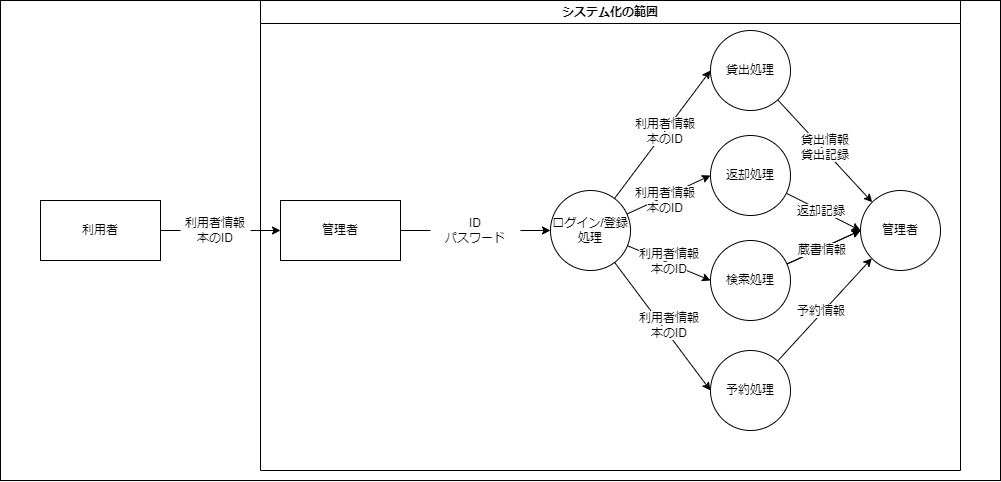
Before: documents/diagrams/DFD_レベル0.drawio.png, a diagram exported from draw.io (OMEGA-himajin/book_database). Source tidied: cells renumbered, new cells last; positions are measured from the earlier drawing's top-left corner, leaving out a move shared by most shapes.
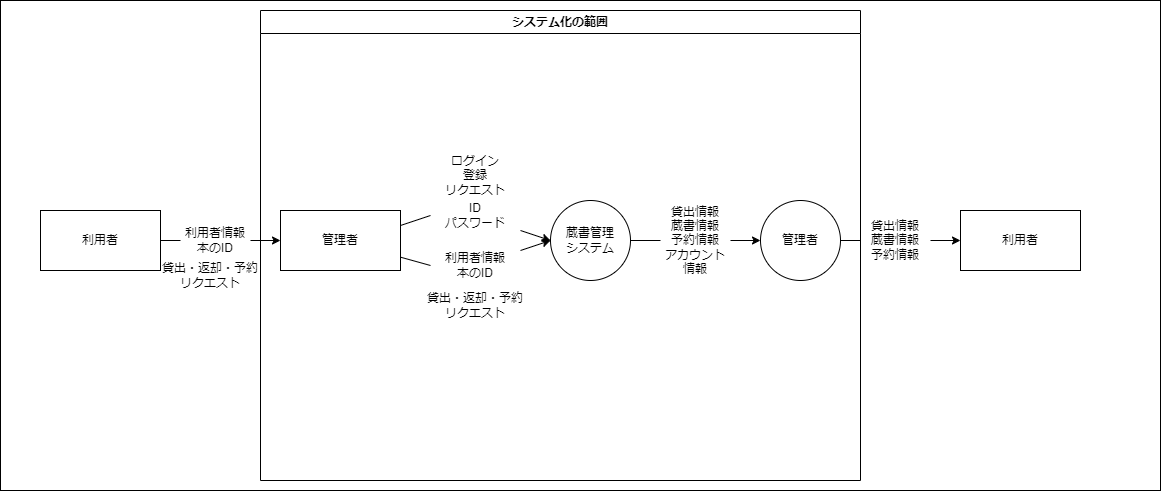
After the commit.

Commit message:
doc: changed DFD_level0 and DFD_level1

What changed in the source:
```diff
@@ -2,65 +2,46 @@
   <root>
     <mxCell id="0" />
     <mxCell id="1" parent="0" />
+    <mxCell id="33" style="rounded=0;whiteSpace=wrap;html=1;strokeColor=#000000;fillColor=none;" parent="1" vertex="1">
+      <mxGeometry y="-10" width="1160" height="490" as="geometry" />
+    </mxCell>
     <mxCell id="2" style="edgeStyle=none;html=1;entryX=0;entryY=0.5;entryDx=0;entryDy=0;fontColor=#000000;strokeColor=#000000;startArrow=none;" parent="1" edge="1" source="23" target="5">
       <mxGeometry relative="1" as="geometry" />
     </mxCell>
     <mxCell id="3" value="&lt;font color=&quot;#000000&quot;&gt;利用者&lt;/font&gt;" style="rounded=0;whiteSpace=wrap;html=1;fillColor=none;strokeColor=#000000;" parent="1" vertex="1">
       <mxGeometry x="40" y="200" width="120" height="60" as="geometry" />
     </mxCell>
-    <mxCell id="4" style="edgeStyle=none;html=1;entryX=0;entryY=0.5;entryDx=0;entryDy=0;labelBackgroundColor=none;strokeColor=#000000;fontColor=#000000;startArrow=none;" parent="1" edge="1" source="21" target="19">
-      <mxGeometry relative="1" as="geometry" />
+    <mxCell id="4" style="edgeStyle=none;html=1;entryX=0;entryY=0.5;entryDx=0;entryDy=0;labelBackgroundColor=none;strokeColor=#000000;fontColor=#000000;startArrow=none;" parent="1" edge="1" source="21">
+      <mxGeometry relative="1" as="geometry">
+        <mxPoint x="550" y="230" as="targetPoint" />
+      </mxGeometry>
     </mxCell>
+    <mxCell id="35" style="edgeStyle=none;html=1;entryX=0;entryY=0.5;entryDx=0;entryDy=0;strokeColor=#000000;startArrow=none;" parent="1" edge="1" source="43" target="39">
+      <mxGeometry relative="1" as="geometry" />
+    </mxCell>
     <mxCell id="5" value="&lt;font color=&quot;#000000&quot;&gt;管理者&lt;/font&gt;" style="rounded=0;whiteSpace=wrap;html=1;fillColor=none;strokeColor=#000000;" parent="1" vertex="1">
       <mxGeometry x="280" y="200" width="120" height="60" as="geometry" />
     </mxCell>
-    <mxCell id="6" style="edgeStyle=none;html=1;entryX=0;entryY=0;entryDx=0;entryDy=0;labelBackgroundColor=none;strokeColor=#000000;fontColor=#000000;" parent="1" edge="1" source="7" target="28">
-      <mxGeometry relative="1" as="geometry" />
-    </mxCell>
-    <mxCell id="7" value="貸出処理" style="ellipse;whiteSpace=wrap;html=1;labelBackgroundColor=none;fontColor=#000000;fillColor=#FFFFFF;strokeColor=#000000;" parent="1" vertex="1">
-      <mxGeometry x="710" y="30" width="80" height="80" as="geometry" />
-    </mxCell>
-    <mxCell id="8" style="edgeStyle=none;html=1;labelBackgroundColor=none;strokeColor=#000000;fontColor=#000000;entryX=0;entryY=0.5;entryDx=0;entryDy=0;" parent="1" edge="1" source="9" target="28">
-      <mxGeometry relative="1" as="geometry" />
-    </mxCell>
-    <mxCell id="9" value="返却処理" style="ellipse;whiteSpace=wrap;html=1;labelBackgroundColor=none;fontColor=#000000;fillColor=#FFFFFF;strokeColor=#000000;" parent="1" vertex="1">
-      <mxGeometry x="710" y="135" width="80" height="80" as="geometry" />
-    </mxCell>
-    <mxCell id="10" style="edgeStyle=none;html=1;entryX=0;entryY=0.5;entryDx=0;entryDy=0;labelBackgroundColor=none;strokeColor=#000000;fontColor=#000000;" parent="1" edge="1" source="12" target="28">
-      <mxGeometry relative="1" as="geometry" />
-    </mxCell>
-    <mxCell id="11" style="edgeStyle=none;html=1;labelBackgroundColor=none;strokeColor=#000000;fontColor=#000000;entryX=0;entryY=0.5;entryDx=0;entryDy=0;" parent="1" edge="1" source="12" target="28">
-      <mxGeometry relative="1" as="geometry" />
-    </mxCell>
-    <mxCell id="12" value="検索処理" style="ellipse;whiteSpace=wrap;html=1;labelBackgroundColor=none;fontColor=#000000;fillColor=#FFFFFF;strokeColor=#000000;" parent="1" vertex="1">
-      <mxGeometry x="710" y="240" width="80" height="80" as="geometry" />
-    </mxCell>
-    <mxCell id="13" style="edgeStyle=none;html=1;entryX=0;entryY=1;entryDx=0;entryDy=0;labelBackgroundColor=none;strokeColor=#000000;fontColor=#000000;" parent="1" edge="1" source="14" target="28">
-      <mxGeometry relative="1" as="geometry" />
-    </mxCell>
-    <mxCell id="14" value="予約処理" style="ellipse;whiteSpace=wrap;html=1;labelBackgroundColor=none;fontColor=#000000;fillColor=#FFFFFF;strokeColor=#000000;" parent="1" vertex="1">
-      <mxGeometry x="710" y="350" width="80" height="80" as="geometry" />
-    </mxCell>
-    <mxCell id="15" style="edgeStyle=none;html=1;entryX=0;entryY=0.5;entryDx=0;entryDy=0;labelBackgroundColor=none;strokeColor=#000000;fontColor=#000000;" parent="1" edge="1" source="19" target="7">
-      <mxGeometry relative="1" as="geometry" />
+    <mxCell id="15" style="edgeStyle=none;html=1;entryX=0;entryY=0.5;entryDx=0;entryDy=0;labelBackgroundColor=none;strokeColor=#000000;fontColor=#000000;" parent="1" edge="1" target="x">
+      <mxGeometry relative="1" as="geometry">
+        <mxPoint x="614" y="198" as="sourcePoint" />
+      </mxGeometry>
     </mxCell>
-    <mxCell id="16" style="edgeStyle=none;html=1;entryX=0;entryY=0.5;entryDx=0;entryDy=0;labelBackgroundColor=none;strokeColor=#000000;fontColor=#000000;" parent="1" edge="1" source="19" target="9">
-      <mxGeometry relative="1" as="geometry" />
-    </mxCell>
-    <mxCell id="17" style="edgeStyle=none;html=1;entryX=0;entryY=0.5;entryDx=0;entryDy=0;labelBackgroundColor=none;strokeColor=#000000;fontColor=#000000;" parent="1" edge="1" source="19" target="12">
-      <mxGeometry relative="1" as="geometry" />
+    <mxCell id="17" style="edgeStyle=none;html=1;entryX=0;entryY=0.5;entryDx=0;entryDy=0;labelBackgroundColor=none;strokeColor=#000000;fontColor=#000000;" parent="1" edge="1" target="x">
+      <mxGeometry relative="1" as="geometry">
+        <mxPoint x="626.9" y="245.4" as="sourcePoint" />
+      </mxGeometry>
     </mxCell>
-    <mxCell id="18" style="edgeStyle=none;html=1;entryX=0;entryY=0.5;entryDx=0;entryDy=0;labelBackgroundColor=none;strokeColor=#000000;fontColor=#000000;" parent="1" edge="1" source="19" target="14">
-      <mxGeometry relative="1" as="geometry" />
+    <mxCell id="18" style="edgeStyle=none;html=1;entryX=0;entryY=0.5;entryDx=0;entryDy=0;labelBackgroundColor=none;strokeColor=#000000;fontColor=#000000;" parent="1" edge="1" target="x">
+      <mxGeometry relative="1" as="geometry">
+        <mxPoint x="614" y="262" as="sourcePoint" />
+      </mxGeometry>
     </mxCell>
-    <mxCell id="19" value="ログイン/登録&lt;br&gt;処理" style="ellipse;whiteSpace=wrap;html=1;labelBackgroundColor=none;fontColor=#000000;fillColor=#FFFFFF;strokeColor=#000000;" parent="1" vertex="1">
-      <mxGeometry x="550" y="190" width="80" height="80" as="geometry" />
-    </mxCell>
-    <mxCell id="20" style="edgeStyle=none;html=1;entryX=0;entryY=0.5;entryDx=0;entryDy=0;labelBackgroundColor=none;strokeColor=#000000;fontColor=#000000;endArrow=none;" parent="1" edge="1" source="5" target="21">
+    <mxCell id="20" style="edgeStyle=none;html=1;entryX=0;entryY=0.5;entryDx=0;entryDy=0;labelBackgroundColor=none;strokeColor=#000000;fontColor=#000000;endArrow=none;exitX=1;exitY=0.25;exitDx=0;exitDy=0;" parent="1" edge="1" source="5" target="21">
       <mxGeometry relative="1" as="geometry" />
     </mxCell>
     <mxCell id="21" value="ID&lt;br&gt;パスワード" style="text;html=1;strokeColor=none;fillColor=none;align=center;verticalAlign=middle;whiteSpace=wrap;rounded=0;labelBackgroundColor=none;fontColor=#000000;" parent="1" vertex="1">
-      <mxGeometry x="430" y="215" width="90" height="30" as="geometry" />
+      <mxGeometry x="430" y="190" width="90" height="30" as="geometry" />
     </mxCell>
     <mxCell id="22" style="edgeStyle=none;html=1;entryX=0;entryY=0.5;entryDx=0;entryDy=0;fontColor=#000000;strokeColor=#000000;endArrow=none;" parent="1" edge="1" source="3" target="23">
       <mxGeometry relative="1" as="geometry" />
@@ -68,38 +49,50 @@
     <mxCell id="23" value="&lt;font color=&quot;#000000&quot;&gt;利用者情報&lt;br&gt;本のID&lt;br&gt;&lt;/font&gt;" style="text;html=1;strokeColor=none;fillColor=none;align=center;verticalAlign=middle;whiteSpace=wrap;rounded=0;labelBackgroundColor=none;fontColor=#FFFFFF;" parent="1" vertex="1">
       <mxGeometry x="180" y="215" width="70" height="30" as="geometry" />
     </mxCell>
-    <mxCell id="24" value="&lt;font color=&quot;#000000&quot;&gt;&lt;span style=&quot;background-color: rgb(255, 255, 255);&quot;&gt;利用者情報&lt;br&gt;本のID&lt;/span&gt;&lt;br&gt;&lt;/font&gt;" style="text;html=1;strokeColor=none;fillColor=none;align=center;verticalAlign=middle;whiteSpace=wrap;rounded=0;labelBackgroundColor=none;fontColor=#FFFFFF;" parent="1" vertex="1">
-      <mxGeometry x="630" y="185" width="70" height="30" as="geometry" />
-    </mxCell>
-    <mxCell id="25" value="&lt;font color=&quot;#000000&quot;&gt;&lt;span style=&quot;background-color: rgb(255, 255, 255);&quot;&gt;利用者情報&lt;br&gt;本のID&lt;/span&gt;&lt;br&gt;&lt;/font&gt;" style="text;html=1;strokeColor=none;fillColor=none;align=center;verticalAlign=middle;whiteSpace=wrap;rounded=0;labelBackgroundColor=none;fontColor=#FFFFFF;" parent="1" vertex="1">
-      <mxGeometry x="630" y="116" width="70" height="30" as="geometry" />
-    </mxCell>
-    <mxCell id="26" value="&lt;font color=&quot;#000000&quot;&gt;&lt;span style=&quot;background-color: rgb(255, 255, 255);&quot;&gt;利用者情報&lt;br&gt;本のID&lt;/span&gt;&lt;br&gt;&lt;/font&gt;" style="text;html=1;strokeColor=none;fillColor=none;align=center;verticalAlign=middle;whiteSpace=wrap;rounded=0;labelBackgroundColor=none;fontColor=#FFFFFF;" parent="1" vertex="1">
-      <mxGeometry x="634" y="246" width="70" height="30" as="geometry" />
-    </mxCell>
-    <mxCell id="27" value="&lt;font color=&quot;#000000&quot;&gt;&lt;span style=&quot;background-color: rgb(255, 255, 255);&quot;&gt;利用者情報&lt;br&gt;本のID&lt;/span&gt;&lt;br&gt;&lt;/font&gt;" style="text;html=1;strokeColor=none;fillColor=none;align=center;verticalAlign=middle;whiteSpace=wrap;rounded=0;labelBackgroundColor=none;fontColor=#FFFFFF;" parent="1" vertex="1">
-      <mxGeometry x="634" y="310" width="70" height="30" as="geometry" />
-    </mxCell>
+    <mxCell id="36" style="edgeStyle=none;html=1;strokeColor=#000000;startArrow=none;" parent="1" edge="1" source="47" target="45">
+      <mxGeometry relative="1" as="geometry" />
+    </mxCell>
     <mxCell id="28" value="管理者" style="ellipse;whiteSpace=wrap;html=1;labelBackgroundColor=none;fontColor=#000000;fillColor=#FFFFFF;strokeColor=#000000;" parent="1" vertex="1">
-      <mxGeometry x="860" y="190" width="80" height="80" as="geometry" />
+      <mxGeometry x="760" y="190" width="80" height="80" as="geometry" />
     </mxCell>
+    <mxCell id="34" value="&lt;font color=&quot;#000000&quot;&gt;システム化の範囲&lt;/font&gt;" style="swimlane;whiteSpace=wrap;html=1;strokeColor=#000000;fillColor=none;" parent="1" vertex="1">
+      <mxGeometry x="260" width="600" height="470" as="geometry" />
+    </mxCell>
-    <mxCell id="29" value="&lt;font color=&quot;#000000&quot;&gt;&lt;span style=&quot;background-color: rgb(255, 255, 255);&quot;&gt;貸出情報&lt;br&gt;貸出記録&lt;/span&gt;&lt;br&gt;&lt;/font&gt;" style="text;html=1;strokeColor=none;fillColor=none;align=center;verticalAlign=middle;whiteSpace=wrap;rounded=0;labelBackgroundColor=none;fontColor=#FFFFFF;" parent="1" vertex="1">
-      <mxGeometry x="790" y="132" width="70" height="30" as="geometry" />
+    <mxCell id="29" value="&lt;font color=&quot;#000000&quot;&gt;&lt;span style=&quot;background-color: rgb(255, 255, 255);&quot;&gt;貸出情報&lt;br&gt;蔵書情報&lt;br&gt;予約情報&lt;br&gt;&lt;/span&gt;アカウント情報&lt;br&gt;&lt;/font&gt;" style="text;html=1;strokeColor=none;fillColor=none;align=center;verticalAlign=middle;whiteSpace=wrap;rounded=0;labelBackgroundColor=none;fontColor=#FFFFFF;" parent="34" vertex="1">
+      <mxGeometry x="400" y="215" width="70" height="30" as="geometry" />
     </mxCell>
-    <mxCell id="30" value="&lt;font color=&quot;#000000&quot;&gt;&lt;span style=&quot;background-color: rgb(255, 255, 255);&quot;&gt;返却記録&lt;/span&gt;&lt;br&gt;&lt;/font&gt;" style="text;html=1;strokeColor=none;fillColor=none;align=center;verticalAlign=middle;whiteSpace=wrap;rounded=0;labelBackgroundColor=none;fontColor=#FFFFFF;" parent="1" vertex="1">
-      <mxGeometry x="786" y="196" width="70" height="30" as="geometry" />
-    </mxCell>
-    <mxCell id="31" value="&lt;font style=&quot;background-color: rgb(255, 255, 255);&quot; color=&quot;#000000&quot;&gt;予約情報&lt;/font&gt;" style="text;html=1;strokeColor=none;fillColor=none;align=center;verticalAlign=middle;whiteSpace=wrap;rounded=0;labelBackgroundColor=none;fontColor=#FFFFFF;" parent="1" vertex="1">
-      <mxGeometry x="786" y="296" width="70" height="30" as="geometry" />
-    </mxCell>
-    <mxCell id="32" value="&lt;font style=&quot;background-color: rgb(255, 255, 255);&quot; color=&quot;#000000&quot;&gt;蔵書情報&lt;/font&gt;" style="text;html=1;strokeColor=none;fillColor=none;align=center;verticalAlign=middle;whiteSpace=wrap;rounded=0;labelBackgroundColor=none;fontColor=#FFFFFF;" parent="1" vertex="1">
-      <mxGeometry x="787" y="235" width="70" height="30" as="geometry" />
-    </mxCell>
-    <mxCell id="33" style="rounded=0;whiteSpace=wrap;html=1;strokeColor=#000000;fillColor=none;" parent="1" vertex="1">
-      <mxGeometry width="1000" height="480" as="geometry" />
-    </mxCell>
-    <mxCell id="34" value="&lt;font color=&quot;#000000&quot;&gt;システム化の範囲&lt;/font&gt;" style="swimlane;whiteSpace=wrap;html=1;strokeColor=#000000;fillColor=none;" parent="1" vertex="1">
-      <mxGeometry x="260" width="700" height="470" as="geometry" />
-    </mxCell>
+    <mxCell id="37" value="&lt;font color=&quot;#000000&quot;&gt;ログイン&lt;br&gt;登録&lt;br&gt;リクエスト&lt;br&gt;&lt;/font&gt;" style="text;html=1;strokeColor=none;fillColor=none;align=center;verticalAlign=middle;whiteSpace=wrap;rounded=0;labelBackgroundColor=none;fontColor=#FFFFFF;" parent="34" vertex="1">
+      <mxGeometry x="180" y="150" width="70" height="30" as="geometry" />
+    </mxCell>
+    <mxCell id="38" style="edgeStyle=none;html=1;entryX=0;entryY=0.5;entryDx=0;entryDy=0;strokeColor=#000000;startArrow=none;" parent="1" edge="1" source="29" target="28">
+      <mxGeometry relative="1" as="geometry" />
+    </mxCell>
+    <mxCell id="39" value="蔵書管理&lt;br&gt;システム" style="ellipse;whiteSpace=wrap;html=1;labelBackgroundColor=none;fontColor=#000000;fillColor=none;strokeColor=#000000;" parent="1" vertex="1">
+      <mxGeometry x="550" y="190" width="80" height="80" as="geometry" />
+    </mxCell>
+    <mxCell id="40" style="edgeStyle=none;html=1;entryX=0;entryY=0.5;entryDx=0;entryDy=0;strokeColor=#000000;endArrow=none;" parent="1" edge="1" source="39" target="29">
+      <mxGeometry relative="1" as="geometry" />
+    </mxCell>
+    <mxCell id="41" value="&lt;font color=&quot;#000000&quot;&gt;貸出・返却・予約&lt;br&gt;リクエスト&lt;br&gt;&lt;/font&gt;" style="text;html=1;strokeColor=none;fillColor=none;align=center;verticalAlign=middle;whiteSpace=wrap;rounded=0;labelBackgroundColor=none;fontColor=#FFFFFF;" parent="1" vertex="1">
+      <mxGeometry x="160" y="250" width="100" height="30" as="geometry" />
+    </mxCell>
+    <mxCell id="42" style="edgeStyle=none;html=1;entryX=0;entryY=0.5;entryDx=0;entryDy=0;strokeColor=#000000;endArrow=none;" parent="1" edge="1" source="5" target="43">
+      <mxGeometry relative="1" as="geometry" />
+    </mxCell>
+    <mxCell id="43" value="&lt;font color=&quot;#000000&quot;&gt;利用者情報&lt;br&gt;本のID&lt;br&gt;&lt;/font&gt;" style="text;html=1;strokeColor=none;fillColor=none;align=center;verticalAlign=middle;whiteSpace=wrap;rounded=0;labelBackgroundColor=none;fontColor=#FFFFFF;" parent="1" vertex="1">
+      <mxGeometry x="430" y="240" width="90" height="30" as="geometry" />
+    </mxCell>
+    <mxCell id="44" value="&lt;font color=&quot;#000000&quot;&gt;貸出・返却・予約&lt;br&gt;リクエスト&lt;br&gt;&lt;/font&gt;" style="text;html=1;strokeColor=none;fillColor=none;align=center;verticalAlign=middle;whiteSpace=wrap;rounded=0;labelBackgroundColor=none;fontColor=#FFFFFF;" parent="1" vertex="1">
+      <mxGeometry x="425" y="280" width="100" height="30" as="geometry" />
+    </mxCell>
+    <mxCell id="45" value="&lt;font color=&quot;#000000&quot;&gt;利用者&lt;/font&gt;" style="rounded=0;whiteSpace=wrap;html=1;fillColor=none;strokeColor=#000000;" parent="1" vertex="1">
+      <mxGeometry x="960" y="200" width="120" height="60" as="geometry" />
+    </mxCell>
+    <mxCell id="46" style="edgeStyle=none;html=1;strokeColor=#000000;endArrow=none;" parent="1" edge="1" source="28" target="47">
+      <mxGeometry relative="1" as="geometry" />
+    </mxCell>
+    <mxCell id="47" value="&lt;font color=&quot;#000000&quot;&gt;&lt;span style=&quot;background-color: rgb(255, 255, 255);&quot;&gt;貸出情報&lt;br&gt;蔵書情報&lt;br&gt;予約情報&lt;/span&gt;&lt;br&gt;&lt;/font&gt;" style="text;html=1;strokeColor=none;fillColor=none;align=center;verticalAlign=middle;whiteSpace=wrap;rounded=0;labelBackgroundColor=none;fontColor=#FFFFFF;" parent="1" vertex="1">
+      <mxGeometry x="860" y="215" width="70" height="30" as="geometry" />
+    </mxCell>
   </root>
 </mxGraphModel>
```
